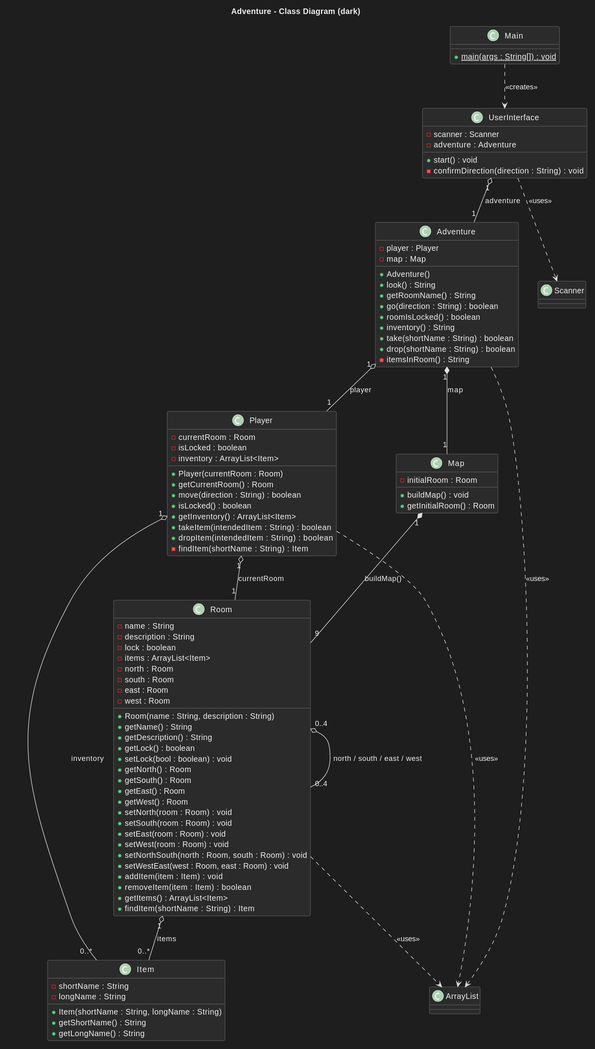
Before: docs/class-diagram-dark.svg, a diagram exported from PlantUML (mwnDK1402/Adventure).
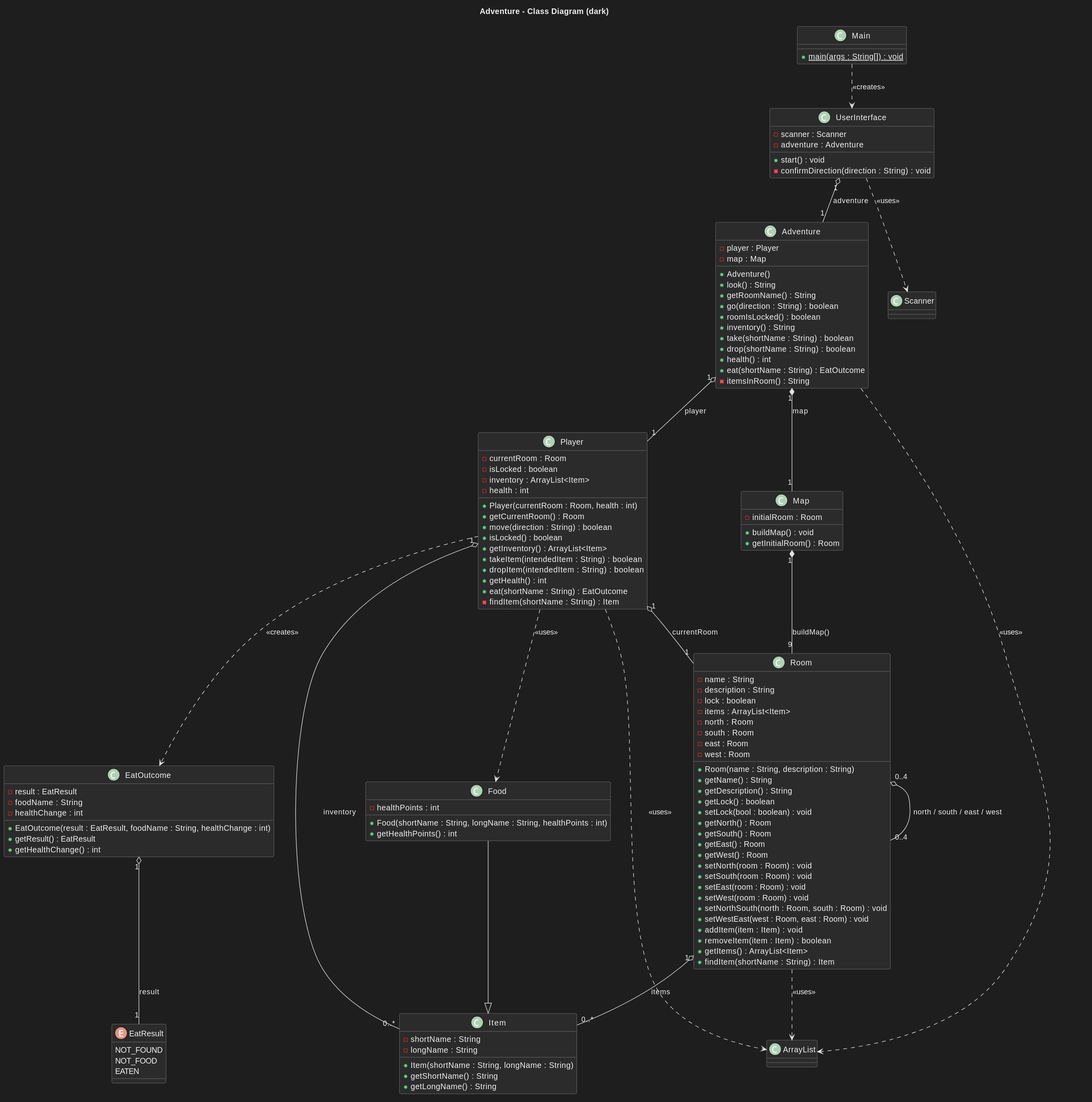
The same file after the commit.

Commit message:
Update class diagrams for food, health and eat outcome

What changed in the source:
```diff
@@ -52,13 +52,16 @@
     - currentRoom : Room
     - isLocked : boolean
     - inventory : ArrayList<Item>
-    + Player(currentRoom : Room)
+    - health : int
+    + Player(currentRoom : Room, health : int)
     + getCurrentRoom() : Room
     + move(direction : String) : boolean
     + isLocked() : boolean
     + getInventory() : ArrayList<Item>
     + takeItem(intendedItem : String) : boolean
     + dropItem(intendedItem : String) : boolean
+    + getHealth() : int
+    + eat(shortName : String) : EatOutcome
     - findItem(shortName : String) : Item
 }
 
@@ -73,6 +76,8 @@
     + inventory() : String
     + take(shortName : String) : boolean
     + drop(shortName : String) : boolean
+    + health() : int
+    + eat(shortName : String) : EatOutcome
     - itemsInRoom() : String
 }
 
@@ -88,6 +93,27 @@
     + Item(shortName : String, longName : String)
     + getShortName() : String
     + getLongName() : String
+}
+
+class Food {
+    - healthPoints : int
+    + Food(shortName : String, longName : String, healthPoints : int)
+    + getHealthPoints() : int
+}
+
+class EatOutcome {
+    - result : EatResult
+    - foodName : String
+    - healthChange : int
+    + EatOutcome(result : EatResult, foodName : String, healthChange : int)
+    + getResult() : EatResult
+    + getHealthChange() : int
+}
+
+enum EatResult {
+    NOT_FOUND
+    NOT_FOOD
+    EATEN
 }
 
 class UserInterface {
@@ -110,6 +136,10 @@
 Room "0..4" o-- "0..4" Room : north / south / east / west
 Room "1" o-- "0..*" Item : items
 Player "1" o-- "0..*" Item : inventory
+Food --|> Item
+Player ..> Food : <<uses>>
+Player ..> EatOutcome : <<creates>>
+EatOutcome "1" o-- "1" EatResult : result
 UserInterface ..> Scanner : <<uses>>
 Adventure ..> ArrayList : <<uses>>
 Player ..> ArrayList : <<uses>>
```
